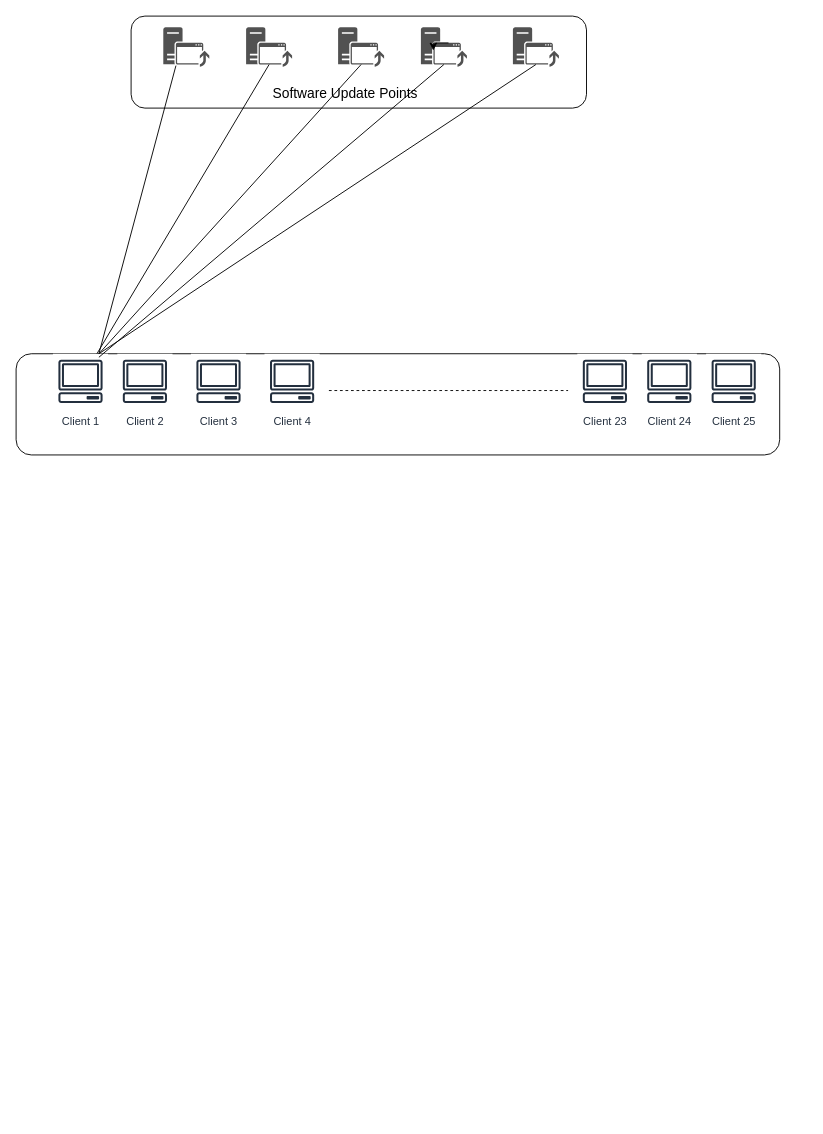
Before: Software Update via Intranet.drawio in LazyRaunak/Software-Update-via-Intranet, a draw.io diagram. Source tidied: cells renumbered, new cells numbered last; positions are measured from the earlier drawing's top-left corner, leaving out a move shared by most shapes. Both pictures are drawn from the tidied source at 92%, with x=0, y=0 at pixel (16, 16).
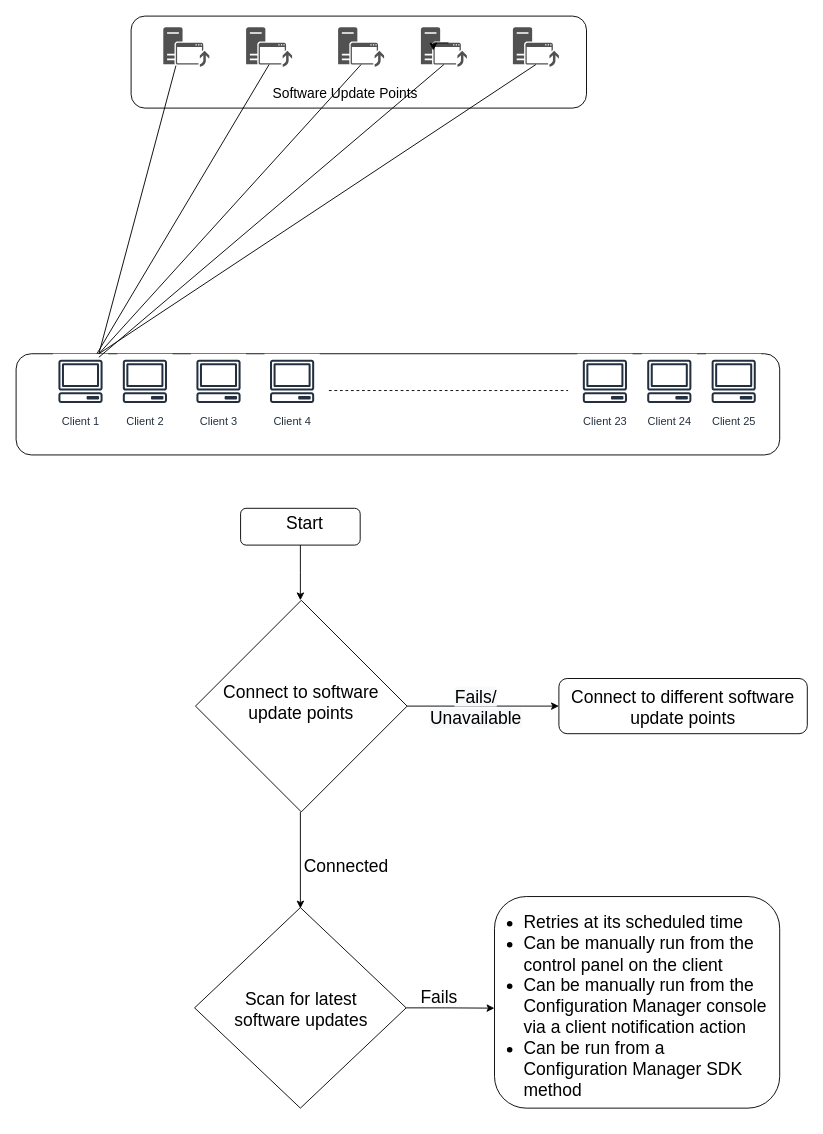
The same page after the edit.

The edit, as a diff of the source:
```diff
@@
+    <mxCell id="24" style="edgeStyle=orthogonalEdgeStyle;rounded=0;jettySize=auto;html=1;exitX=1;exitY=0.5;exitDx=0;exitDy=0;entryX=0.032;entryY=0.506;entryDx=0;entryDy=0;entryPerimeter=0;fontSize=19;" parent="1" edge="1" source="25" target="40">
+      <mxGeometry relative="1" as="geometry" />
+    </mxCell>
+    <mxCell id="25" style="rhombus;whiteSpace=wrap;html=1;fontSize=19;" parent="1" vertex="1">
+      <mxGeometry x="194" y="969" width="230" height="218" as="geometry" />
+    </mxCell>
+    <mxCell id="26" style="edgeStyle=orthogonalEdgeStyle;rounded=0;orthogonalLoop=1;jettySize=auto;html=1;exitX=0.5;exitY=1;exitDx=0;exitDy=0;entryX=0.5;entryY=0;entryDx=0;entryDy=0;fontSize=19;" parent="1" edge="1">
+      <mxGeometry relative="1" as="geometry">
+        <mxPoint x="309" y="865" as="sourcePoint" />
+        <mxPoint x="309" y="970" as="targetPoint" />
+      </mxGeometry>
+    </mxCell>
+    <mxCell id="27" style="edgeStyle=orthogonalEdgeStyle;rounded=0;jettySize=auto;html=1;exitX=1;exitY=0.5;exitDx=0;exitDy=0;entryX=0;entryY=0.5;entryDx=0;entryDy=0;fontSize=19;" parent="1" edge="1" source="28" target="35">
+      <mxGeometry relative="1" as="geometry" />
+    </mxCell>
+    <mxCell id="28" style="rhombus;whiteSpace=wrap;html=1;fontSize=19;" parent="1" vertex="1">
+      <mxGeometry x="195" y="635" width="230" height="230" as="geometry" />
+    </mxCell>
@@
+    <mxCell id="29" style="edgeStyle=orthogonalEdgeStyle;rounded=0;jettySize=auto;html=1;fontSize=19;" parent="1" edge="1" source="30">
+      <mxGeometry relative="1" as="geometry">
+        <mxPoint x="309" y="635" as="targetPoint" />
+      </mxGeometry>
+    </mxCell>
+    <mxCell id="30" style="rounded=1;whiteSpace=wrap;html=1;" parent="1" vertex="1">
+      <mxGeometry x="244" y="535" width="130" height="40" as="geometry" />
+    </mxCell>
+    <mxCell id="31" value="Connect to software update points" style="text;html=1;strokeColor=none;fillColor=none;align=center;verticalAlign=middle;whiteSpace=wrap;rounded=0;fontSize=19;" parent="1" vertex="1">
+      <mxGeometry x="215" y="738" width="190" height="17" as="geometry" />
+    </mxCell>
+    <mxCell id="32" value="Start" style="text;html=1;strokeColor=none;fillColor=none;align=center;verticalAlign=middle;whiteSpace=wrap;rounded=0;fontSize=19;" parent="1" vertex="1">
+      <mxGeometry x="294" y="542" width="40" height="20" as="geometry" />
+    </mxCell>
+    <mxCell id="33" value="Scan for latest software updates" style="text;html=1;strokeColor=none;fillColor=none;align=center;verticalAlign=middle;whiteSpace=wrap;rounded=0;fontSize=19;" parent="1" vertex="1">
+      <mxGeometry x="210" y="1070" width="200" height="20" as="geometry" />
+    </mxCell>
+    <mxCell id="34" value="Connected" style="text;html=1;strokeColor=none;fillColor=none;align=center;verticalAlign=middle;whiteSpace=wrap;rounded=0;fontSize=19;" parent="1" vertex="1">
+      <mxGeometry x="339" y="915" width="40" height="20" as="geometry" />
+    </mxCell>
+    <mxCell id="35" style="rounded=1;whiteSpace=wrap;html=1;fontSize=19;" parent="1" vertex="1">
+      <mxGeometry x="590" y="720" width="270" height="60" as="geometry" />
+    </mxCell>
+    <mxCell id="36" value="Connect to different software update points" style="text;html=1;strokeColor=none;fillColor=none;align=center;verticalAlign=middle;whiteSpace=wrap;rounded=0;fontSize=19;" parent="1" vertex="1">
+      <mxGeometry x="600" y="742" width="250" height="20" as="geometry" />
+    </mxCell>
+    <mxCell id="37" value="&lt;span style=&quot;color: rgb(0, 0, 0); font-family: helvetica; font-size: 19px; font-style: normal; font-weight: 400; letter-spacing: normal; text-indent: 0px; text-transform: none; word-spacing: 0px; background-color: rgb(248, 249, 250); display: inline; float: none;&quot;&gt;Fails/&lt;/span&gt;&lt;br style=&quot;color: rgb(0, 0, 0); font-family: helvetica; font-size: 19px; font-style: normal; font-weight: 400; letter-spacing: normal; text-indent: 0px; text-transform: none; word-spacing: 0px; background-color: rgb(248, 249, 250);&quot;&gt;&lt;span style=&quot;color: rgb(0, 0, 0); font-family: helvetica; font-size: 19px; font-style: normal; font-weight: 400; letter-spacing: normal; text-indent: 0px; text-transform: none; word-spacing: 0px; background-color: rgb(248, 249, 250); display: inline; float: none;&quot;&gt;Unavailable&lt;/span&gt;" style="text;whiteSpace=wrap;html=1;fontSize=19;align=center;" parent="1" vertex="1">
+      <mxGeometry x="440" y="723" width="120" height="60" as="geometry" />
+    </mxCell>
+    <mxCell id="38" style="rounded=1;whiteSpace=wrap;html=1;fontSize=19;align=center;" parent="1" vertex="1">
+      <mxGeometry x="520" y="957" width="310" height="230" as="geometry" />
+    </mxCell>
+    <mxCell id="39" value="Fails" style="text;html=1;strokeColor=none;fillColor=none;align=center;verticalAlign=middle;whiteSpace=wrap;rounded=0;fontSize=19;" parent="1" vertex="1">
+      <mxGeometry x="440" y="1057" width="40" height="20" as="geometry" />
+    </mxCell>
+    <mxCell id="40" value="&lt;div&gt;&lt;ul&gt;&lt;li&gt;Retries at its scheduled time&lt;/li&gt;&lt;li&gt;Can be manually run from the control panel on the client&lt;/li&gt;&lt;li&gt;Can be manually run from the Configuration Manager console via a client notification action&lt;/li&gt;&lt;li&gt;Can be run from a Configuration Manager SDK method&lt;/li&gt;&lt;/ul&gt;&lt;/div&gt;" style="text;html=1;strokeColor=none;fillColor=none;align=left;verticalAlign=middle;whiteSpace=wrap;rounded=0;fontSize=19;" parent="1" vertex="1">
+      <mxGeometry x="510" y="967" width="310" height="220" as="geometry" />
+    </mxCell>
```
